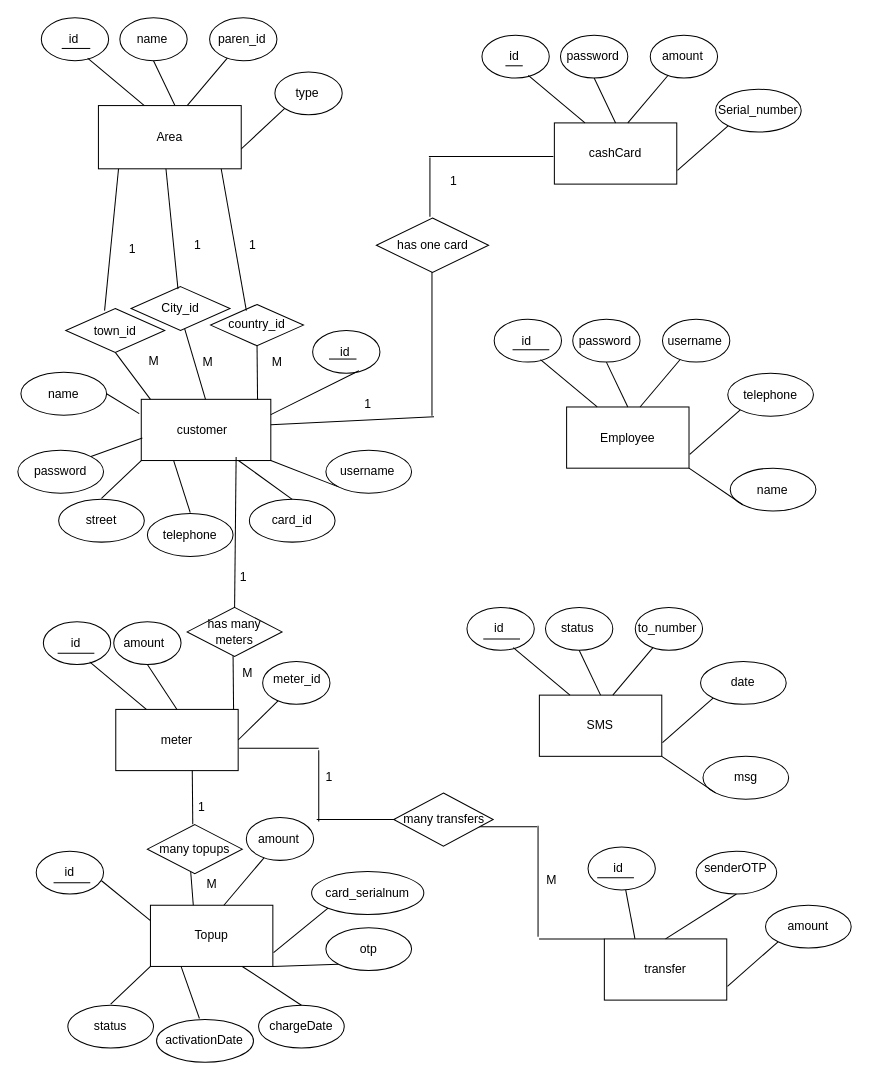
Earlier version of the draw.io diagram Untitled Diagram (2).drawio (shamaabuhassan/Charts). Source tidied: cells renumbered, new cells numbered last; positions are measured from the earlier drawing's top-left corner, leaving out a move shared by most shapes. Both pictures are drawn from the tidied source at 102%, with x=0, y=0 at pixel (17, 17).
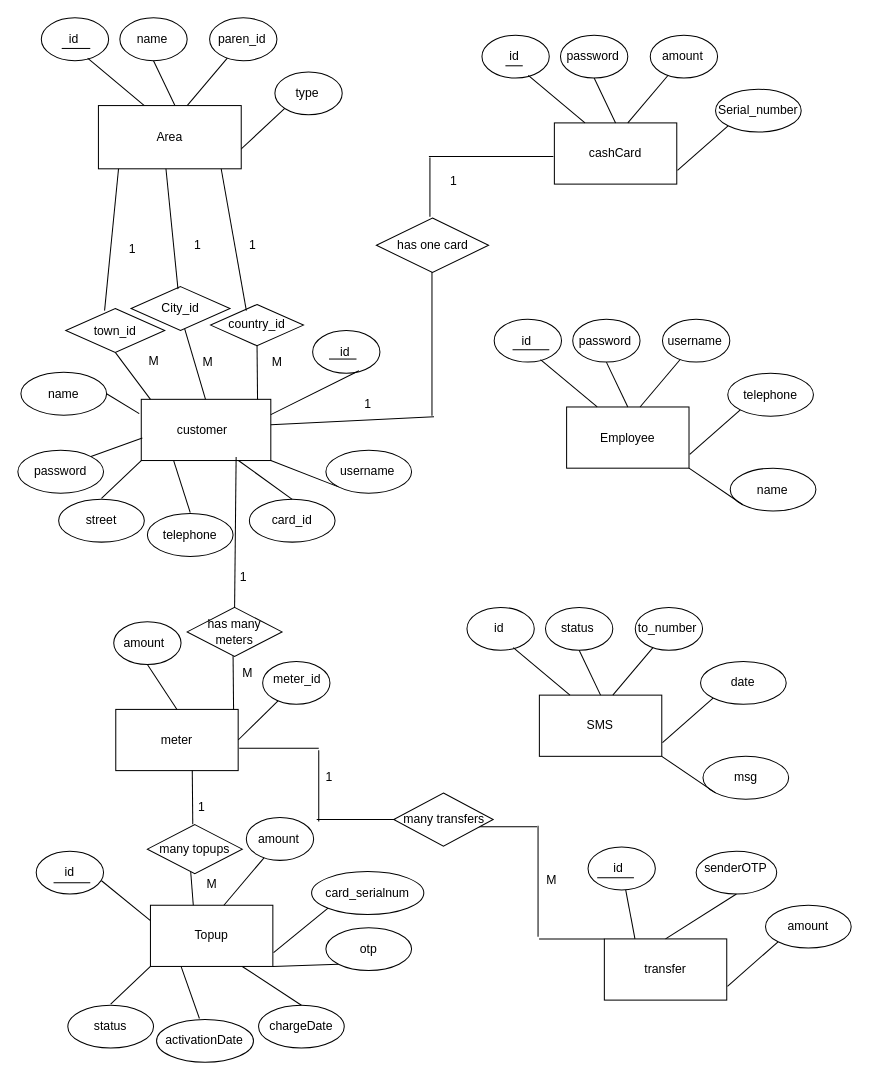
After the change.

Unchanged cells that the change refers to:
```xml
<mxCell id="65" style="rounded=0;whiteSpace=wrap;html=1;" parent="1" vertex="1">
  <mxGeometry x="96" y="678" width="120" height="60" as="geometry" />
</mxCell>
```

Diff of the diagram source:
```diff
@@
-    <mxCell id="67" style="ellipse;whiteSpace=wrap;html=1;" parent="1" vertex="1">
-      <mxGeometry x="25" y="592" width="66" height="42" as="geometry" />
-    </mxCell>
-    <mxCell id="68" value="id" style="text;html=1;strokeColor=none;fillColor=none;align=center;verticalAlign=middle;whiteSpace=wrap;rounded=0;" parent="1" vertex="1">
-      <mxGeometry x="37" y="603" width="40" height="20" as="geometry" />
-    </mxCell>
@@
-    <mxCell id="75" style="endArrow=none;html=1;exitX=0.25;exitY=0;exitDx=0;exitDy=0;" parent="1" edge="1" source="65">
-      <mxGeometry relative="1" as="geometry">
-        <mxPoint x="70.4" y="631.5" as="targetPoint" />
-      </mxGeometry>
-    </mxCell>
@@
-    <mxCell id="161" style="endArrow=none;html=1;" parent="1" edge="1">
-      <mxGeometry relative="1" as="geometry">
-        <mxPoint x="39" y="623" as="sourcePoint" />
-        <mxPoint x="75" y="623" as="targetPoint" />
-      </mxGeometry>
-    </mxCell>
-    <mxCell id="162" style="endArrow=none;html=1;" parent="1" edge="1">
-      <mxGeometry relative="1" as="geometry">
-        <mxPoint x="456.3" y="609" as="sourcePoint" />
-        <mxPoint x="492.3" y="609" as="targetPoint" />
-      </mxGeometry>
-    </mxCell>
```
